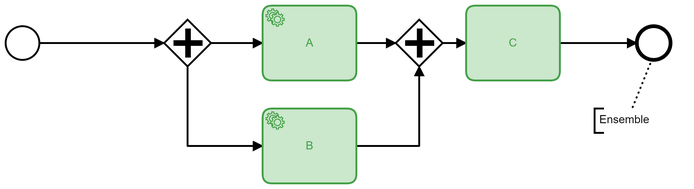
Before: models/ensemble.png, a diagram exported from BPMN (viadee/bpmn.ai-patterns). Its source is kept beside it as models/ensemble.bpmn. Ids are renumbered. Its diagram source:
```xml
<bpmn:definitions xmlns:bpmn="http://www.omg.org/spec/BPMN/20100524/MODEL" xmlns:bpmndi="http://www.omg.org/spec/BPMN/20100524/DI" xmlns:dc="http://www.omg.org/spec/DD/20100524/DC" xmlns:di="http://www.omg.org/spec/DD/20100524/DI" xmlns:bioc="http://bpmn.io/schema/bpmn/biocolor/1.0" id="Definitions_n1" targetNamespace="http://bpmn.io/schema/bpmn" exporter="Camunda Modeler" exporterVersion="4.1.1">
  <bpmn:process id="Process_n2" isExecutable="true">
    <bpmn:startEvent id="Event_n3">
      <bpmn:outgoing>Flow_n4</bpmn:outgoing>
    </bpmn:startEvent>
    <bpmn:endEvent id="Event_n5">
      <bpmn:incoming>Flow_n6</bpmn:incoming>
    </bpmn:endEvent>
    <bpmn:serviceTask id="Activity_n7" name="A">
      <bpmn:incoming>Flow_n8</bpmn:incoming>
      <bpmn:outgoing>Flow_n9</bpmn:outgoing>
    </bpmn:serviceTask>
    <bpmn:serviceTask id="Activity_n10" name="B">
      <bpmn:incoming>Flow_n11</bpmn:incoming>
      <bpmn:outgoing>Flow_n12</bpmn:outgoing>
    </bpmn:serviceTask>
    <bpmn:parallelGateway id="Gateway_n13">
      <bpmn:incoming>Flow_n4</bpmn:incoming>
      <bpmn:outgoing>Flow_n8</bpmn:outgoing>
      <bpmn:outgoing>Flow_n11</bpmn:outgoing>
    </bpmn:parallelGateway>
    <bpmn:parallelGateway id="Gateway_n14">
      <bpmn:incoming>Flow_n9</bpmn:incoming>
      <bpmn:incoming>Flow_n12</bpmn:incoming>
      <bpmn:outgoing>Flow_n15</bpmn:outgoing>
    </bpmn:parallelGateway>
    <bpmn:task id="Activity_n16" name="C">
      <bpmn:incoming>Flow_n15</bpmn:incoming>
      <bpmn:outgoing>Flow_n6</bpmn:outgoing>
    </bpmn:task>
    <bpmn:sequenceFlow id="Flow_n4" sourceRef="Event_n3" targetRef="Gateway_n13" />
    <bpmn:sequenceFlow id="Flow_n6" sourceRef="Activity_n16" targetRef="Event_n5" />
    <bpmn:sequenceFlow id="Flow_n8" sourceRef="Gateway_n13" targetRef="Activity_n7" />
    <bpmn:sequenceFlow id="Flow_n9" sourceRef="Activity_n7" targetRef="Gateway_n14" />
    <bpmn:sequenceFlow id="Flow_n11" sourceRef="Gateway_n13" targetRef="Activity_n10" />
    <bpmn:sequenceFlow id="Flow_n12" sourceRef="Activity_n10" targetRef="Gateway_n14" />
    <bpmn:sequenceFlow id="Flow_n15" sourceRef="Gateway_n14" targetRef="Activity_n16" />
    <bpmn:textAnnotation id="TextAnnotation_n17">
      <bpmn:text>Ensemble</bpmn:text>
    </bpmn:textAnnotation>
    <bpmn:association id="Association_n18" sourceRef="Event_n5" targetRef="TextAnnotation_n17" />
  </bpmn:process>
  <bpmndi:BPMNDiagram id="BPMNDiagram_1">
    <bpmndi:BPMNPlane id="BPMNPlane_1" bpmnElement="Process_n2">
      <bpmndi:BPMNShape id="TextAnnotation_n17_di" bpmnElement="TextAnnotation_n17">
        <dc:Bounds x="760" y="190" width="100" height="26" />
      </bpmndi:BPMNShape>
      <bpmndi:BPMNEdge id="Flow_n4_di" bpmnElement="Flow_n4">
        <di:waypoint x="168" y="120" />
        <di:waypoint x="301" y="120" />
      </bpmndi:BPMNEdge>
      <bpmndi:BPMNEdge id="Flow_n6_di" bpmnElement="Flow_n6">
        <di:waypoint x="723" y="120" />
        <di:waypoint x="805" y="120" />
      </bpmndi:BPMNEdge>
      <bpmndi:BPMNEdge id="Flow_n8_di" bpmnElement="Flow_n8">
        <di:waypoint x="351" y="120" />
        <di:waypoint x="406" y="120" />
      </bpmndi:BPMNEdge>
      <bpmndi:BPMNEdge id="Flow_n9_di" bpmnElement="Flow_n9">
        <di:waypoint x="506" y="120" />
        <di:waypoint x="548" y="120" />
      </bpmndi:BPMNEdge>
      <bpmndi:BPMNEdge id="Flow_n11_di" bpmnElement="Flow_n11">
        <di:waypoint x="326" y="145" />
        <di:waypoint x="326" y="230" />
        <di:waypoint x="406" y="230" />
      </bpmndi:BPMNEdge>
      <bpmndi:BPMNEdge id="Flow_n12_di" bpmnElement="Flow_n12">
        <di:waypoint x="506" y="230" />
        <di:waypoint x="573" y="230" />
        <di:waypoint x="573" y="145" />
      </bpmndi:BPMNEdge>
      <bpmndi:BPMNEdge id="Flow_n15_di" bpmnElement="Flow_n15">
        <di:waypoint x="598" y="120" />
        <di:waypoint x="623" y="120" />
      </bpmndi:BPMNEdge>
      <bpmndi:BPMNShape id="Event_n3_di" bpmnElement="Event_n3">
        <dc:Bounds x="132" y="102" width="36" height="36" />
      </bpmndi:BPMNShape>
      <bpmndi:BPMNShape id="Event_n5_di" bpmnElement="Event_n5">
        <dc:Bounds x="805" y="102" width="36" height="36" />
      </bpmndi:BPMNShape>
      <bpmndi:BPMNShape id="Activity_n7_di" bpmnElement="Activity_n7" bioc:stroke="rgb(67, 160, 71)" bioc:fill="rgb(200, 230, 201)">
        <dc:Bounds x="406" y="80" width="100" height="80" />
      </bpmndi:BPMNShape>
      <bpmndi:BPMNShape id="Activity_n10_di" bpmnElement="Activity_n10" bioc:stroke="rgb(67, 160, 71)" bioc:fill="rgb(200, 230, 201)">
        <dc:Bounds x="406" y="190" width="100" height="80" />
      </bpmndi:BPMNShape>
      <bpmndi:BPMNShape id="Gateway_n13_di" bpmnElement="Gateway_n13">
        <dc:Bounds x="301" y="95" width="50" height="50" />
      </bpmndi:BPMNShape>
      <bpmndi:BPMNShape id="Gateway_n14_di" bpmnElement="Gateway_n14">
        <dc:Bounds x="548" y="95" width="50" height="50" />
      </bpmndi:BPMNShape>
      <bpmndi:BPMNShape id="Activity_n16_di" bpmnElement="Activity_n16" bioc:stroke="rgb(67, 160, 71)" bioc:fill="rgb(200, 230, 201)">
        <dc:Bounds x="623" y="80" width="100" height="80" />
      </bpmndi:BPMNShape>
      <bpmndi:BPMNEdge id="Association_n18_di" bpmnElement="Association_n18">
        <di:waypoint x="821" y="138" />
        <di:waypoint x="800" y="190" />
      </bpmndi:BPMNEdge>
    </bpmndi:BPMNPlane>
  </bpmndi:BPMNDiagram>
</bpmn:definitions>
```
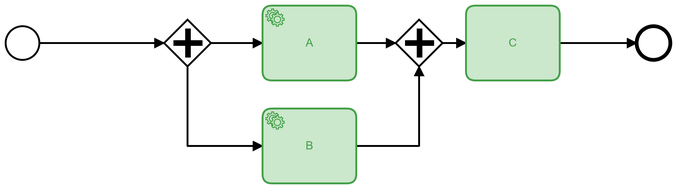
After the change.

Change to the diagram source:
```diff
@@ -35,45 +35,38 @@
     <bpmn:sequenceFlow id="Flow_n11" sourceRef="Gateway_n13" targetRef="Activity_n10" />
     <bpmn:sequenceFlow id="Flow_n12" sourceRef="Activity_n10" targetRef="Gateway_n14" />
     <bpmn:sequenceFlow id="Flow_n15" sourceRef="Gateway_n14" targetRef="Activity_n16" />
-    <bpmn:textAnnotation id="TextAnnotation_n17">
-      <bpmn:text>Ensemble</bpmn:text>
-    </bpmn:textAnnotation>
-    <bpmn:association id="Association_n18" sourceRef="Event_n5" targetRef="TextAnnotation_n17" />
   </bpmn:process>
   <bpmndi:BPMNDiagram id="BPMNDiagram_1">
     <bpmndi:BPMNPlane id="BPMNPlane_1" bpmnElement="Process_n2">
-      <bpmndi:BPMNShape id="TextAnnotation_n17_di" bpmnElement="TextAnnotation_n17">
-        <dc:Bounds x="760" y="190" width="100" height="26" />
-      </bpmndi:BPMNShape>
-      <bpmndi:BPMNEdge id="Flow_n4_di" bpmnElement="Flow_n4">
-        <di:waypoint x="168" y="120" />
-        <di:waypoint x="301" y="120" />
+      <bpmndi:BPMNEdge id="Flow_n15_di" bpmnElement="Flow_n15">
+        <di:waypoint x="598" y="120" />
+        <di:waypoint x="623" y="120" />
       </bpmndi:BPMNEdge>
-      <bpmndi:BPMNEdge id="Flow_n6_di" bpmnElement="Flow_n6">
-        <di:waypoint x="723" y="120" />
-        <di:waypoint x="805" y="120" />
-      </bpmndi:BPMNEdge>
-      <bpmndi:BPMNEdge id="Flow_n8_di" bpmnElement="Flow_n8">
-        <di:waypoint x="351" y="120" />
-        <di:waypoint x="406" y="120" />
-      </bpmndi:BPMNEdge>
-      <bpmndi:BPMNEdge id="Flow_n9_di" bpmnElement="Flow_n9">
-        <di:waypoint x="506" y="120" />
-        <di:waypoint x="548" y="120" />
+      <bpmndi:BPMNEdge id="Flow_n12_di" bpmnElement="Flow_n12">
+        <di:waypoint x="506" y="230" />
+        <di:waypoint x="573" y="230" />
+        <di:waypoint x="573" y="145" />
       </bpmndi:BPMNEdge>
       <bpmndi:BPMNEdge id="Flow_n11_di" bpmnElement="Flow_n11">
         <di:waypoint x="326" y="145" />
         <di:waypoint x="326" y="230" />
         <di:waypoint x="406" y="230" />
       </bpmndi:BPMNEdge>
-      <bpmndi:BPMNEdge id="Flow_n12_di" bpmnElement="Flow_n12">
-        <di:waypoint x="506" y="230" />
-        <di:waypoint x="573" y="230" />
-        <di:waypoint x="573" y="145" />
+      <bpmndi:BPMNEdge id="Flow_n9_di" bpmnElement="Flow_n9">
+        <di:waypoint x="506" y="120" />
+        <di:waypoint x="548" y="120" />
       </bpmndi:BPMNEdge>
-      <bpmndi:BPMNEdge id="Flow_n15_di" bpmnElement="Flow_n15">
-        <di:waypoint x="598" y="120" />
-        <di:waypoint x="623" y="120" />
+      <bpmndi:BPMNEdge id="Flow_n8_di" bpmnElement="Flow_n8">
+        <di:waypoint x="351" y="120" />
+        <di:waypoint x="406" y="120" />
+      </bpmndi:BPMNEdge>
+      <bpmndi:BPMNEdge id="Flow_n6_di" bpmnElement="Flow_n6">
+        <di:waypoint x="723" y="120" />
+        <di:waypoint x="805" y="120" />
+      </bpmndi:BPMNEdge>
+      <bpmndi:BPMNEdge id="Flow_n4_di" bpmnElement="Flow_n4">
+        <di:waypoint x="168" y="120" />
+        <di:waypoint x="301" y="120" />
       </bpmndi:BPMNEdge>
       <bpmndi:BPMNShape id="Event_n3_di" bpmnElement="Event_n3">
         <dc:Bounds x="132" y="102" width="36" height="36" />
@@ -96,10 +89,6 @@
       <bpmndi:BPMNShape id="Activity_n16_di" bpmnElement="Activity_n16" bioc:stroke="rgb(67, 160, 71)" bioc:fill="rgb(200, 230, 201)">
         <dc:Bounds x="623" y="80" width="100" height="80" />
       </bpmndi:BPMNShape>
-      <bpmndi:BPMNEdge id="Association_n18_di" bpmnElement="Association_n18">
-        <di:waypoint x="821" y="138" />
-        <di:waypoint x="800" y="190" />
-      </bpmndi:BPMNEdge>
     </bpmndi:BPMNPlane>
   </bpmndi:BPMNDiagram>
 </bpmn:definitions>
```
